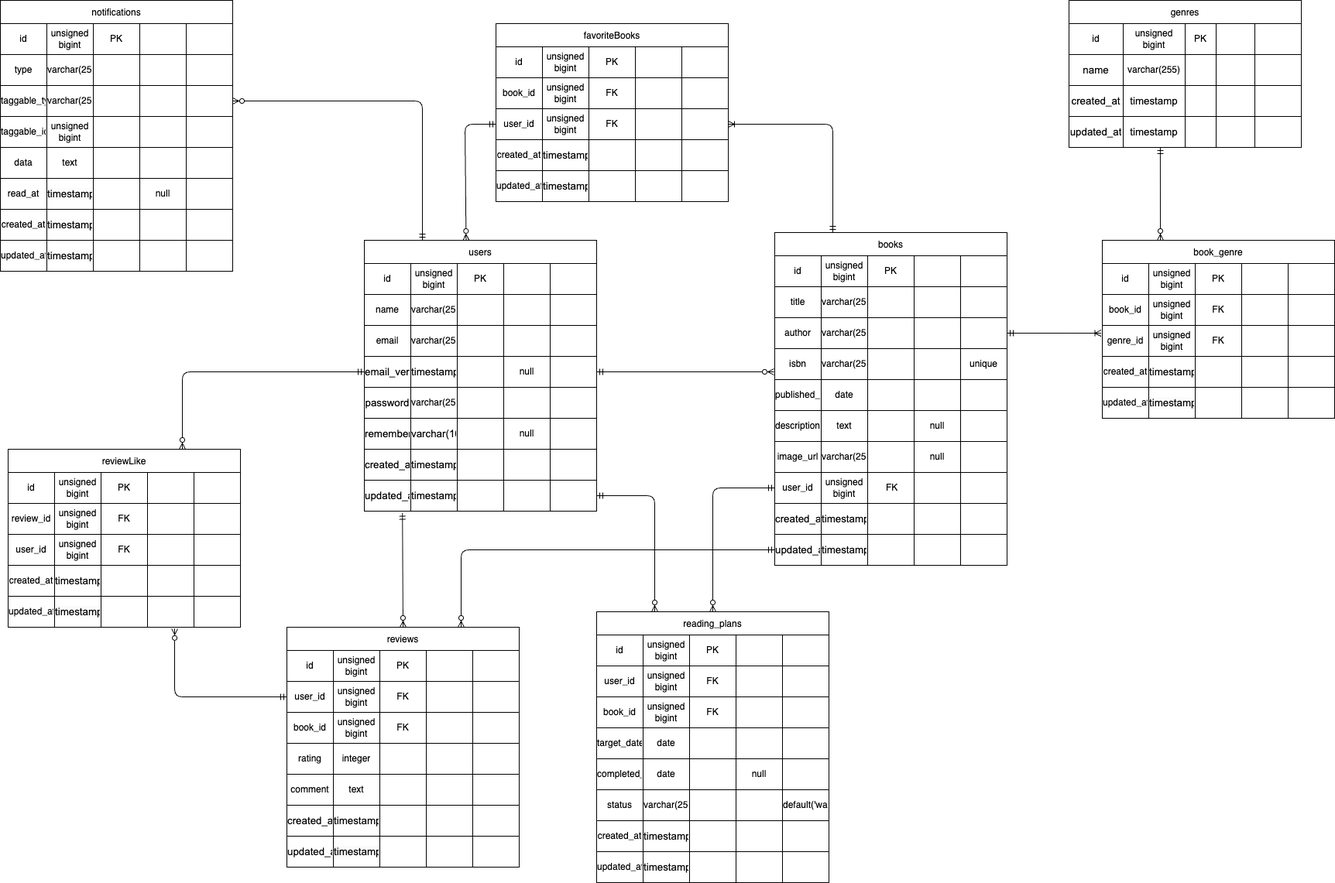
The draw.io diagram ER.png in RINGO-days/Bookshelf-app__test, before a commit. Source tidied: cells renumbered, new cells last; positions are measured from the earlier drawing's top-left corner, leaving out a move shared by most shapes.
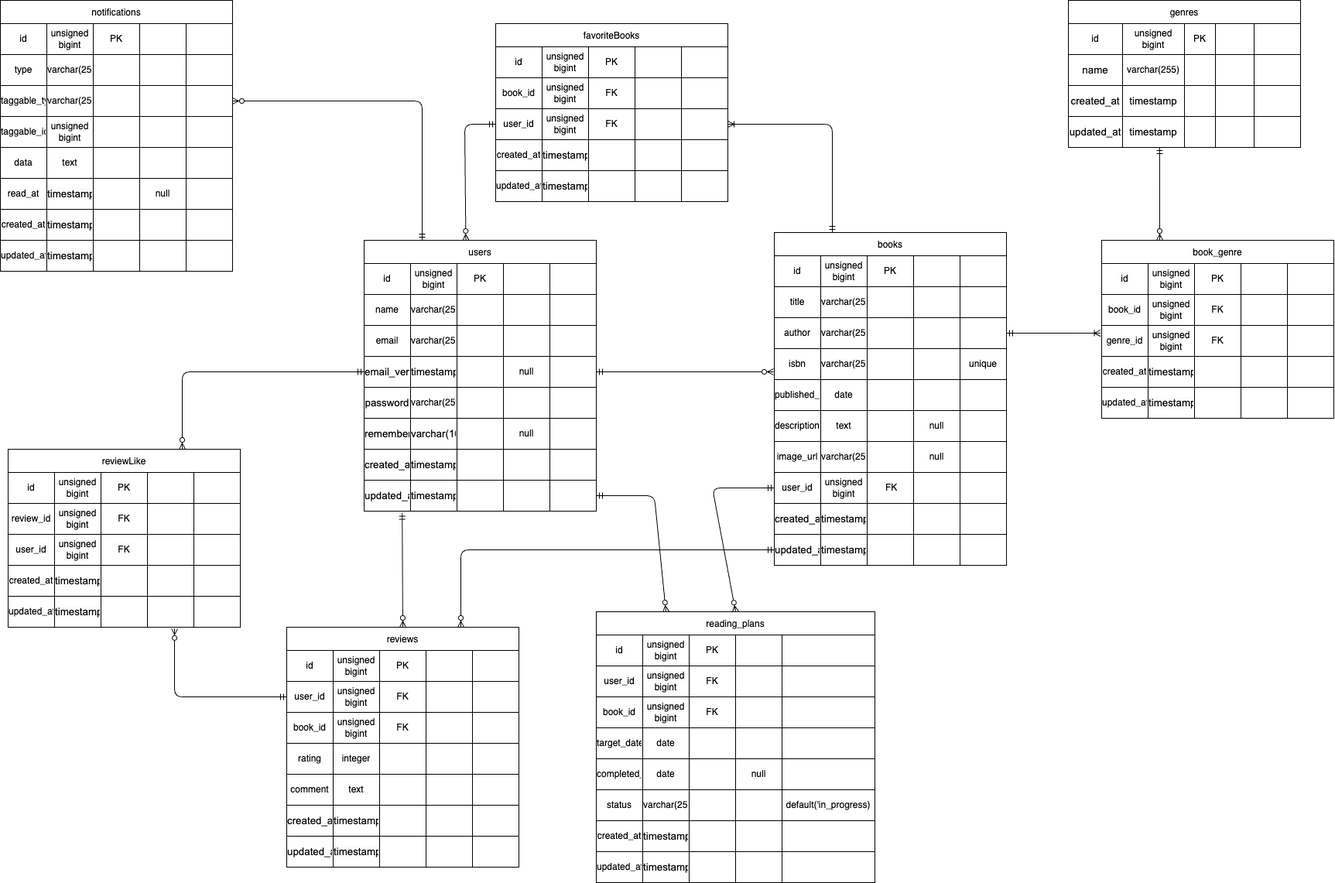
Later version of the same file.

Commit message:
ER図の読書計画のデフォルト値の変更

Change to the diagram source:
```diff
@@ -390,10 +390,10 @@
       <mxGeometry x="240" width="60" height="40" as="geometry" />
     </mxCell>
     <mxCell id="131" value="reading_plans" style="shape=table;startSize=30;" parent="1" vertex="1">
-      <mxGeometry x="770" y="790" width="300" height="350" as="geometry" />
+      <mxGeometry x="770" y="790" width="360" height="350" as="geometry" />
     </mxCell>
     <mxCell id="132" style="shape=tableRow;horizontal=0;startSize=0;swimlaneHead=0;swimlaneBody=0;strokeColor=inherit;top=0;left=0;bottom=0;right=0;fillColor=none;" parent="131" vertex="1">
-      <mxGeometry y="30" width="300" height="40" as="geometry" />
+      <mxGeometry y="30" width="360" height="40" as="geometry" />
     </mxCell>
     <mxCell id="133" value="id" style="shape=partialRectangle;html=1;whiteSpace=wrap;strokeColor=inherit;overflow=hidden;fillColor=none;top=0;left=0;bottom=0;right=0;" parent="132" vertex="1">
       <mxGeometry width="60" height="40" as="geometry" />
@@ -408,10 +408,10 @@
       <mxGeometry x="180" width="60" height="40" as="geometry" />
     </mxCell>
     <mxCell id="137" style="shape=partialRectangle;html=1;whiteSpace=wrap;strokeColor=inherit;overflow=hidden;fillColor=none;top=0;left=0;bottom=0;right=0;" parent="132" vertex="1">
-      <mxGeometry x="240" width="60" height="40" as="geometry" />
+      <mxGeometry x="240" width="120" height="40" as="geometry" />
     </mxCell>
     <mxCell id="138" style="shape=tableRow;horizontal=0;startSize=0;swimlaneHead=0;swimlaneBody=0;strokeColor=inherit;top=0;left=0;bottom=0;right=0;fillColor=none;" parent="131" vertex="1">
-      <mxGeometry y="70" width="300" height="40" as="geometry" />
+      <mxGeometry y="70" width="360" height="40" as="geometry" />
     </mxCell>
     <mxCell id="139" value="user_id" style="shape=partialRectangle;html=1;whiteSpace=wrap;strokeColor=inherit;overflow=hidden;fillColor=none;top=0;left=0;bottom=0;right=0;" parent="138" vertex="1">
       <mxGeometry width="60" height="40" as="geometry" />
@@ -426,10 +426,10 @@
       <mxGeometry x="180" width="60" height="40" as="geometry" />
     </mxCell>
     <mxCell id="143" style="shape=partialRectangle;html=1;whiteSpace=wrap;strokeColor=inherit;overflow=hidden;fillColor=none;top=0;left=0;bottom=0;right=0;" parent="138" vertex="1">
-      <mxGeometry x="240" width="60" height="40" as="geometry" />
+      <mxGeometry x="240" width="120" height="40" as="geometry" />
     </mxCell>
     <mxCell id="144" style="shape=tableRow;horizontal=0;startSize=0;swimlaneHead=0;swimlaneBody=0;strokeColor=inherit;top=0;left=0;bottom=0;right=0;fillColor=none;" parent="131" vertex="1">
-      <mxGeometry y="110" width="300" height="40" as="geometry" />
+      <mxGeometry y="110" width="360" height="40" as="geometry" />
     </mxCell>
     <mxCell id="145" value="book_id" style="shape=partialRectangle;html=1;whiteSpace=wrap;strokeColor=inherit;overflow=hidden;fillColor=none;top=0;left=0;bottom=0;right=0;" parent="144" vertex="1">
       <mxGeometry width="60" height="40" as="geometry" />
@@ -444,10 +444,10 @@
       <mxGeometry x="180" width="60" height="40" as="geometry" />
     </mxCell>
     <mxCell id="149" style="shape=partialRectangle;html=1;whiteSpace=wrap;strokeColor=inherit;overflow=hidden;fillColor=none;top=0;left=0;bottom=0;right=0;" parent="144" vertex="1">
-      <mxGeometry x="240" width="60" height="40" as="geometry" />
+      <mxGeometry x="240" width="120" height="40" as="geometry" />
     </mxCell>
     <mxCell id="150" style="shape=tableRow;horizontal=0;startSize=0;swimlaneHead=0;swimlaneBody=0;strokeColor=inherit;top=0;left=0;bottom=0;right=0;fillColor=none;" parent="131" vertex="1">
-      <mxGeometry y="150" width="300" height="40" as="geometry" />
+      <mxGeometry y="150" width="360" height="40" as="geometry" />
     </mxCell>
     <mxCell id="151" value="target_date" style="shape=partialRectangle;html=1;whiteSpace=wrap;strokeColor=inherit;overflow=hidden;fillColor=none;top=0;left=0;bottom=0;right=0;" parent="150" vertex="1">
       <mxGeometry width="60" height="40" as="geometry" />
@@ -462,10 +462,10 @@
       <mxGeometry x="180" width="60" height="40" as="geometry" />
     </mxCell>
     <mxCell id="155" style="shape=partialRectangle;html=1;whiteSpace=wrap;strokeColor=inherit;overflow=hidden;fillColor=none;top=0;left=0;bottom=0;right=0;" parent="150" vertex="1">
-      <mxGeometry x="240" width="60" height="40" as="geometry" />
+      <mxGeometry x="240" width="120" height="40" as="geometry" />
     </mxCell>
     <mxCell id="156" style="shape=tableRow;horizontal=0;startSize=0;swimlaneHead=0;swimlaneBody=0;strokeColor=inherit;top=0;left=0;bottom=0;right=0;fillColor=none;" parent="131" vertex="1">
-      <mxGeometry y="190" width="300" height="40" as="geometry" />
+      <mxGeometry y="190" width="360" height="40" as="geometry" />
     </mxCell>
     <mxCell id="157" value="completed_at" style="shape=partialRectangle;html=1;whiteSpace=wrap;strokeColor=inherit;overflow=hidden;fillColor=none;top=0;left=0;bottom=0;right=0;" parent="156" vertex="1">
       <mxGeometry width="60" height="40" as="geometry" />
@@ -480,10 +480,10 @@
       <mxGeometry x="180" width="60" height="40" as="geometry" />
     </mxCell>
     <mxCell id="161" style="shape=partialRectangle;html=1;whiteSpace=wrap;strokeColor=inherit;overflow=hidden;fillColor=none;top=0;left=0;bottom=0;right=0;" parent="156" vertex="1">
-      <mxGeometry x="240" width="60" height="40" as="geometry" />
+      <mxGeometry x="240" width="120" height="40" as="geometry" />
     </mxCell>
     <mxCell id="162" style="shape=tableRow;horizontal=0;startSize=0;swimlaneHead=0;swimlaneBody=0;strokeColor=inherit;top=0;left=0;bottom=0;right=0;fillColor=none;" parent="131" vertex="1">
-      <mxGeometry y="230" width="300" height="40" as="geometry" />
+      <mxGeometry y="230" width="360" height="40" as="geometry" />
     </mxCell>
     <mxCell id="163" value="status" style="shape=partialRectangle;html=1;whiteSpace=wrap;strokeColor=inherit;overflow=hidden;fillColor=none;top=0;left=0;bottom=0;right=0;" parent="162" vertex="1">
       <mxGeometry width="60" height="40" as="geometry" />
@@ -497,11 +497,11 @@
     <mxCell id="166" style="shape=partialRectangle;html=1;whiteSpace=wrap;strokeColor=inherit;overflow=hidden;fillColor=none;top=0;left=0;bottom=0;right=0;" parent="162" vertex="1">
       <mxGeometry x="180" width="60" height="40" as="geometry" />
     </mxCell>
-    <mxCell id="167" value="default('want')" style="shape=partialRectangle;html=1;whiteSpace=wrap;strokeColor=inherit;overflow=hidden;fillColor=none;top=0;left=0;bottom=0;right=0;" parent="162" vertex="1">
-      <mxGeometry x="240" width="60" height="40" as="geometry" />
+    <mxCell id="167" value="default('in_progress)" style="shape=partialRectangle;html=1;whiteSpace=wrap;strokeColor=inherit;overflow=hidden;fillColor=none;top=0;left=0;bottom=0;right=0;" parent="162" vertex="1">
+      <mxGeometry x="240" width="120" height="40" as="geometry" />
     </mxCell>
     <mxCell id="168" style="shape=tableRow;horizontal=0;startSize=0;swimlaneHead=0;swimlaneBody=0;strokeColor=inherit;top=0;left=0;bottom=0;right=0;fillColor=none;" parent="131" vertex="1">
-      <mxGeometry y="270" width="300" height="40" as="geometry" />
+      <mxGeometry y="270" width="360" height="40" as="geometry" />
     </mxCell>
     <mxCell id="169" value="created_at" style="shape=partialRectangle;html=1;whiteSpace=wrap;strokeColor=inherit;overflow=hidden;fillColor=none;top=0;left=0;bottom=0;right=0;" parent="168" vertex="1">
       <mxGeometry width="60" height="40" as="geometry" />
@@ -516,10 +516,10 @@
       <mxGeometry x="180" width="60" height="40" as="geometry" />
     </mxCell>
     <mxCell id="173" style="shape=partialRectangle;html=1;whiteSpace=wrap;strokeColor=inherit;overflow=hidden;fillColor=none;top=0;left=0;bottom=0;right=0;" parent="168" vertex="1">
-      <mxGeometry x="240" width="60" height="40" as="geometry" />
+      <mxGeometry x="240" width="120" height="40" as="geometry" />
     </mxCell>
     <mxCell id="174" style="shape=tableRow;horizontal=0;startSize=0;swimlaneHead=0;swimlaneBody=0;strokeColor=inherit;top=0;left=0;bottom=0;right=0;fillColor=none;" parent="131" vertex="1">
-      <mxGeometry y="310" width="300" height="40" as="geometry" />
+      <mxGeometry y="310" width="360" height="40" as="geometry" />
     </mxCell>
     <mxCell id="175" value="updated_at" style="shape=partialRectangle;html=1;whiteSpace=wrap;strokeColor=inherit;overflow=hidden;fillColor=none;top=0;left=0;bottom=0;right=0;" parent="174" vertex="1">
       <mxGeometry width="60" height="40" as="geometry" />
@@ -534,7 +534,7 @@
       <mxGeometry x="180" width="60" height="40" as="geometry" />
     </mxCell>
     <mxCell id="179" style="shape=partialRectangle;html=1;whiteSpace=wrap;strokeColor=inherit;overflow=hidden;fillColor=none;top=0;left=0;bottom=0;right=0;" parent="174" vertex="1">
-      <mxGeometry x="240" width="60" height="40" as="geometry" />
+      <mxGeometry x="240" width="120" height="40" as="geometry" />
     </mxCell>
     <mxCell id="180" value="notifications" style="shape=table;startSize=30;" parent="1" vertex="1">
       <mxGeometry width="300" height="350" as="geometry" />
```
